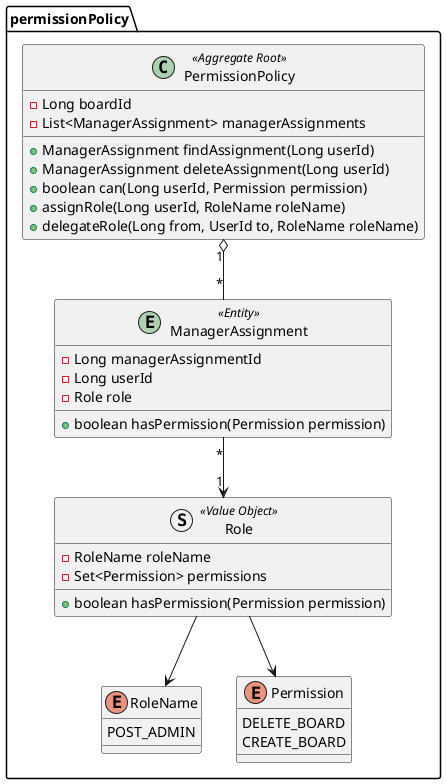
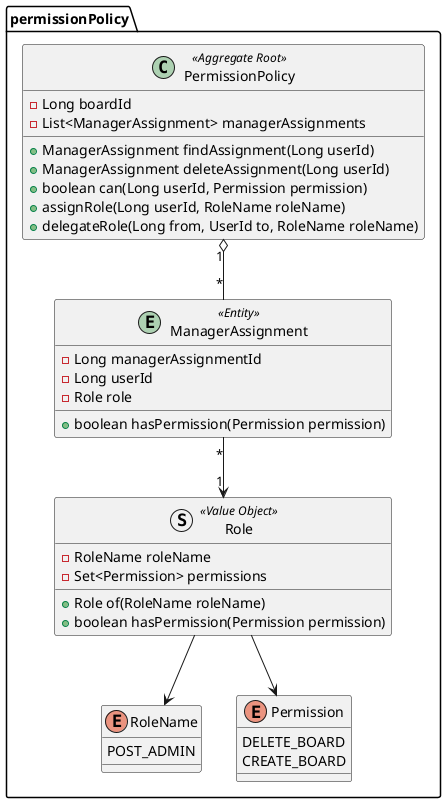
@startuml
package "permissionPolicy" {
  class PermissionPolicy <<Aggregate Root>>{
    - Long boardId
    - List<ManagerAssignment> managerAssignments
    + ManagerAssignment findAssignment(Long userId)
    + ManagerAssignment deleteAssignment(Long userId)
    + boolean can(Long userId, Permission permission)
    + assignRole(Long userId, RoleName roleName)
    + delegateRole(Long from, UserId to, RoleName roleName)
  }

  entity ManagerAssignment <<Entity>>{
    - Long managerAssignmentId
    - Long userId
    - Role role
    + boolean hasPermission(Permission permission)
  }

  struct Role <<Value Object>>{
    - RoleName roleName
    - Set<Permission> permissions
+     + Role of(RoleName roleName)
    + boolean hasPermission(Permission permission)
  }

  enum RoleName {
    POST_ADMIN
  }

  enum Permission {
    DELETE_BOARD
    CREATE_BOARD
  }

  PermissionPolicy "1" o-- "*" ManagerAssignment
  ManagerAssignment "*" --> "1" Role
  Role --> RoleName
  Role --> Permission
}
@enduml